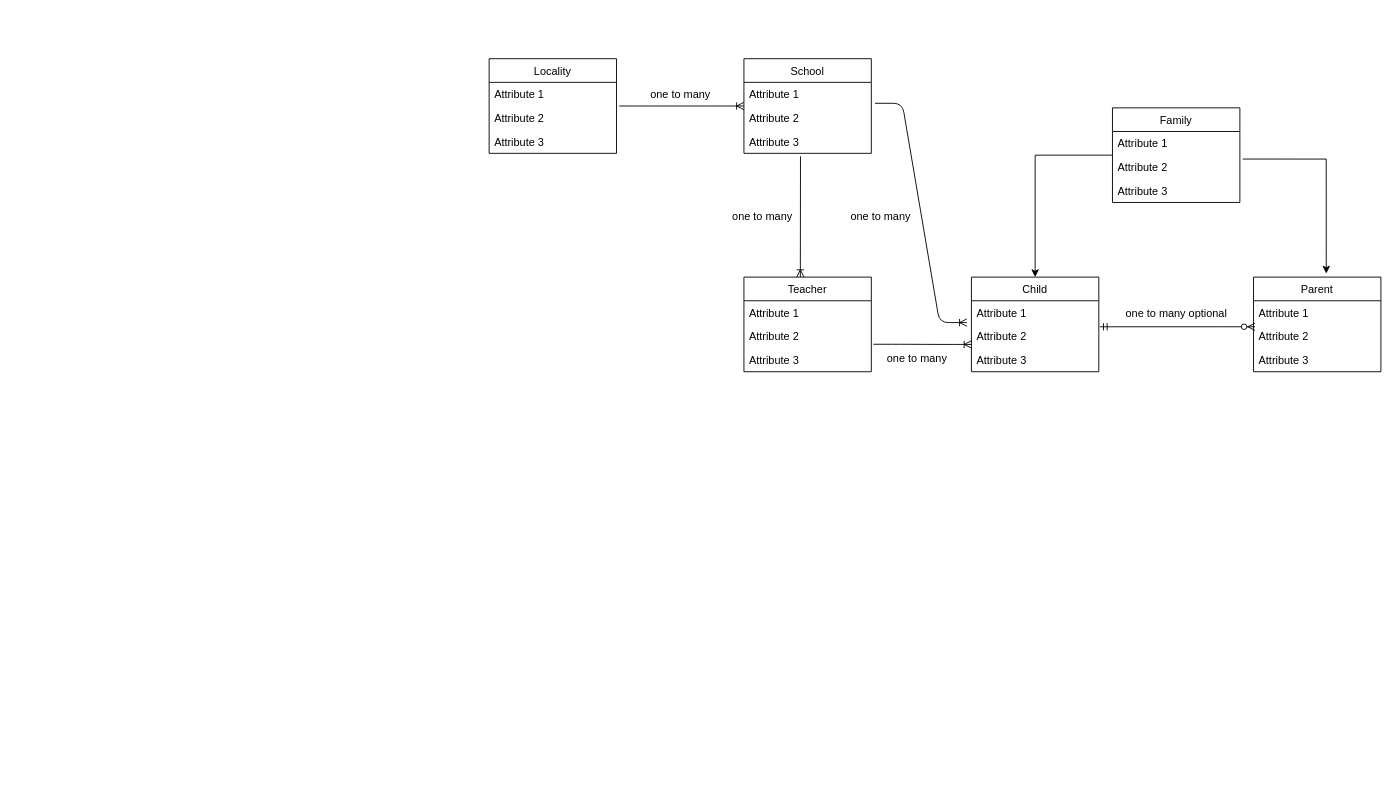
Earlier version of the draw.io diagram _assets/schema-for-data-collection.drawio (The-Data-for-Children-Collaborative/noral-tech-research). Source tidied: cells renumbered, new cells numbered last; positions are measured from the earlier drawing's top-left corner, leaving out a move shared by most shapes. Both pictures are drawn from the tidied source at 91%, with x=0, y=0 at pixel (489, 58).
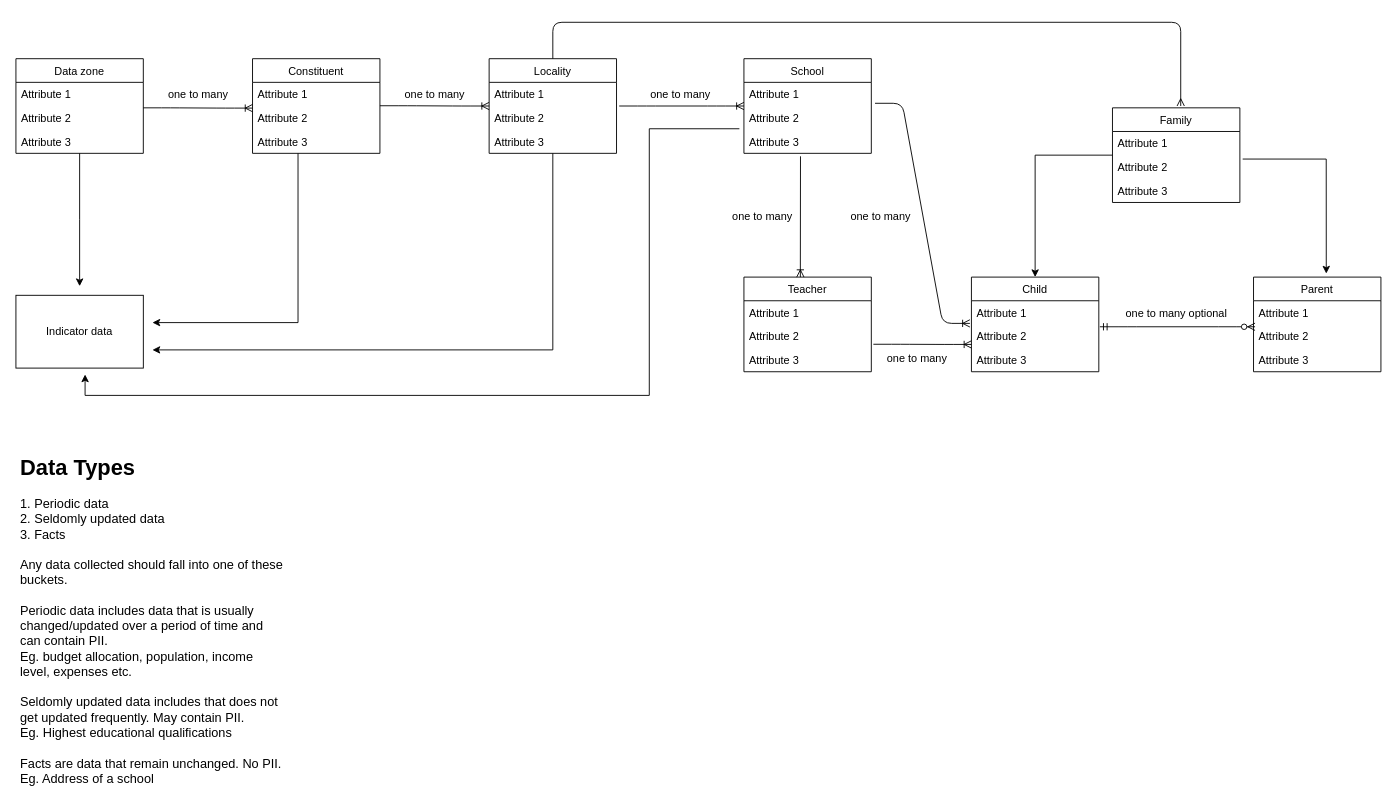
The same diagram, later.

Commit message:
updated data model

The change refers to these unchanged cells:
```xml
<mxCell id="3" value="Attribute 1" style="text;strokeColor=none;fillColor=none;align=left;verticalAlign=top;spacingLeft=4;spacingRight=4;overflow=hidden;points=[[0,0.5],[1,0.5]];portConstraint=eastwest;" parent="2" vertex="1">
  <mxGeometry y="26" width="140" height="26" as="geometry" />
</mxCell>
<mxCell id="4" value="Attribute 2" style="text;strokeColor=none;fillColor=none;align=left;verticalAlign=top;spacingLeft=4;spacingRight=4;overflow=hidden;points=[[0,0.5],[1,0.5]];portConstraint=eastwest;" parent="2" vertex="1">
  <mxGeometry y="52" width="140" height="26" as="geometry" />
</mxCell>
<mxCell id="6" value="Parent" style="swimlane;fontStyle=0;horizontal=1;startSize=26;fillColor=none;" parent="1" vertex="1">
  <mxGeometry x="840" y="240" width="140" height="104" as="geometry" />
</mxCell>
<mxCell id="12" value="Attribute 1" style="text;strokeColor=none;fillColor=none;align=left;verticalAlign=top;spacingLeft=4;spacingRight=4;overflow=hidden;points=[[0,0.5],[1,0.5]];portConstraint=eastwest;" parent="11" vertex="1">
  <mxGeometry y="26" width="140" height="26" as="geometry" />
</mxCell>
<mxCell id="16" value="Attribute 1" style="text;strokeColor=none;fillColor=none;align=left;verticalAlign=top;spacingLeft=4;spacingRight=4;overflow=hidden;points=[[0,0.5],[1,0.5]];portConstraint=eastwest;" parent="15" vertex="1">
  <mxGeometry y="26" width="140" height="26" as="geometry" />
</mxCell>
<mxCell id="19" value="Locality" style="swimlane;fontStyle=0;horizontal=1;startSize=26;fillColor=none;" parent="1" vertex="1">
  <mxGeometry width="140" height="104" as="geometry" />
</mxCell>
```

What changed in the source:
```diff
@@
+    <mxCell id="38" style="edgeStyle=elbowEdgeStyle;rounded=0;jettySize=auto;elbow=vertical;html=1;" parent="1" edge="1" source="19">
+      <mxGeometry relative="1" as="geometry">
+        <mxPoint x="-370" y="320" as="targetPoint" />
+        <Array as="points">
+          <mxPoint x="-130" y="320" />
+        </Array>
+      </mxGeometry>
+    </mxCell>
@@
-    <mxCell id="25" style="edgeStyle=entityRelationEdgeStyle;fontSize=12;html=1;endArrow=ERoneToMany;exitX=1.029;exitY=0.885;exitDx=0;exitDy=0;exitPerimeter=0;entryX=-0.036;entryY=0.923;entryDx=0;entryDy=0;entryPerimeter=0;" parent="1" edge="1" source="16" target="3">
+    <mxCell id="25" style="edgeStyle=entityRelationEdgeStyle;fontSize=12;html=1;endArrow=ERoneToMany;exitX=1.029;exitY=0.885;exitDx=0;exitDy=0;exitPerimeter=0;entryX=-0.012;entryY=-0.044;entryDx=0;entryDy=0;entryPerimeter=0;" parent="1" edge="1" source="16" target="4">
       <mxGeometry relative="1" as="geometry" />
     </mxCell>
@@
     <mxCell id="29" style="edgeStyle=orthogonalEdgeStyle;rounded=0;jettySize=auto;html=1;entryX=0.571;entryY=-0.037;entryDx=0;entryDy=0;entryPerimeter=0;exitX=1.022;exitY=1.165;exitDx=0;exitDy=0;exitPerimeter=0;" parent="1" edge="1" source="12" target="6">
-      <mxGeometry relative="1" as="geometry" />
+      <mxGeometry relative="1" as="geometry">
+        <Array as="points">
+          <mxPoint x="920" y="110" />
+        </Array>
+      </mxGeometry>
     </mxCell>
@@
+    <mxCell id="39" style="edgeStyle=elbowEdgeStyle;rounded=0;jettySize=auto;elbow=vertical;html=1;" parent="1" edge="1" source="40">
+      <mxGeometry relative="1" as="geometry">
+        <mxPoint x="-370" y="290" as="targetPoint" />
+        <Array as="points">
+          <mxPoint x="-210" y="290" />
+        </Array>
+      </mxGeometry>
+    </mxCell>
+    <mxCell id="40" value="Constituent" style="swimlane;fontStyle=0;horizontal=1;startSize=26;fillColor=none;" parent="1" vertex="1">
+      <mxGeometry x="-260" width="140" height="104" as="geometry" />
+    </mxCell>
+    <mxCell id="41" value="Attribute 1" style="text;strokeColor=none;fillColor=none;align=left;verticalAlign=top;spacingLeft=4;spacingRight=4;overflow=hidden;" parent="40" vertex="1">
+      <mxGeometry y="26" width="140" height="26" as="geometry" />
+    </mxCell>
+    <mxCell id="42" value="Attribute 2" style="text;strokeColor=none;fillColor=none;align=left;verticalAlign=top;spacingLeft=4;spacingRight=4;overflow=hidden;" parent="40" vertex="1">
+      <mxGeometry y="52" width="140" height="26" as="geometry" />
+    </mxCell>
+    <mxCell id="43" value="Attribute 3" style="text;strokeColor=none;fillColor=none;align=left;verticalAlign=top;spacingLeft=4;spacingRight=4;overflow=hidden;" parent="40" vertex="1">
+      <mxGeometry y="78" width="140" height="26" as="geometry" />
+    </mxCell>
+    <mxCell id="44" style="edgeStyle=entityRelationEdgeStyle;fontSize=12;html=1;endArrow=ERoneToMany;exitX=1.021;exitY=0;exitDx=0;exitDy=0;exitPerimeter=0;" parent="1" edge="1">
+      <mxGeometry relative="1" as="geometry">
+        <mxPoint x="-120" y="51.7" as="sourcePoint" />
+        <mxPoint y="52" as="targetPoint" />
+      </mxGeometry>
+    </mxCell>
+    <mxCell id="45" value="one to many" style="text;html=1;align=center;verticalAlign=middle;strokeColor=none;" parent="1" vertex="1">
+      <mxGeometry x="-100" y="30" width="80" height="20" as="geometry" />
+    </mxCell>
+    <mxCell id="46" style="edgeStyle=elbowEdgeStyle;fontSize=12;html=1;endArrow=ERmany;elbow=vertical;exitX=0.5;exitY=0;exitDx=0;exitDy=0;" parent="1" edge="1" source="19">
+      <mxGeometry relative="1" as="geometry">
+        <mxPoint x="760" y="52" as="targetPoint" />
+        <Array as="points">
+          <mxPoint x="430" y="-40" />
+        </Array>
+      </mxGeometry>
+    </mxCell>
+    <mxCell id="47" style="edgeStyle=elbowEdgeStyle;rounded=0;jettySize=auto;elbow=vertical;html=1;" parent="1" edge="1" source="48">
+      <mxGeometry relative="1" as="geometry">
+        <mxPoint x="-450" y="250" as="targetPoint" />
+      </mxGeometry>
+    </mxCell>
+    <mxCell id="48" value="Data zone" style="swimlane;fontStyle=0;horizontal=1;startSize=26;fillColor=none;" parent="1" vertex="1">
+      <mxGeometry x="-520" width="140" height="104" as="geometry" />
+    </mxCell>
+    <mxCell id="49" value="Attribute 1" style="text;strokeColor=none;fillColor=none;align=left;verticalAlign=top;spacingLeft=4;spacingRight=4;overflow=hidden;" parent="48" vertex="1">
+      <mxGeometry y="26" width="140" height="26" as="geometry" />
+    </mxCell>
+    <mxCell id="50" value="Attribute 2" style="text;strokeColor=none;fillColor=none;align=left;verticalAlign=top;spacingLeft=4;spacingRight=4;overflow=hidden;" parent="48" vertex="1">
+      <mxGeometry y="52" width="140" height="26" as="geometry" />
+    </mxCell>
+    <mxCell id="51" value="Attribute 3" style="text;strokeColor=none;fillColor=none;align=left;verticalAlign=top;spacingLeft=4;spacingRight=4;overflow=hidden;" parent="48" vertex="1">
+      <mxGeometry y="78" width="140" height="26" as="geometry" />
+    </mxCell>
+    <mxCell id="52" value="one to many" style="text;html=1;align=center;verticalAlign=middle;strokeColor=none;" parent="1" vertex="1">
+      <mxGeometry x="-360" y="30" width="80" height="20" as="geometry" />
+    </mxCell>
+    <mxCell id="53" style="edgeStyle=entityRelationEdgeStyle;fontSize=12;html=1;endArrow=ERoneToMany;exitX=1.021;exitY=0;exitDx=0;exitDy=0;exitPerimeter=0;" parent="1" edge="1">
+      <mxGeometry relative="1" as="geometry">
+        <mxPoint x="-380" y="54" as="sourcePoint" />
+        <mxPoint x="-260" y="54.3" as="targetPoint" />
+      </mxGeometry>
+    </mxCell>
+    <mxCell id="54" value="Indicator data" style="rounded=0;whiteSpace=wrap;html=1;" parent="1" vertex="1">
+      <mxGeometry x="-520" y="260" width="140" height="80" as="geometry" />
+    </mxCell>
+    <mxCell id="55" style="edgeStyle=orthogonalEdgeStyle;rounded=0;orthogonalLoop=1;jettySize=auto;html=1;" parent="1" edge="1">
+      <mxGeometry relative="1" as="geometry">
+        <mxPoint x="275" y="77" as="sourcePoint" />
+        <mxPoint x="-444" y="347" as="targetPoint" />
+        <Array as="points">
+          <mxPoint x="176" y="77" />
+          <mxPoint x="176" y="370" />
+          <mxPoint x="-444" y="370" />
+        </Array>
+      </mxGeometry>
+    </mxCell>
+    <mxCell id="56" value="&lt;p style=&quot;line-height: 120%&quot;&gt;&lt;/p&gt;&lt;h1&gt;Data Types&lt;/h1&gt;&lt;div style=&quot;font-size: 14px&quot;&gt;&lt;font style=&quot;font-size: 14px&quot;&gt;1. Periodic data&lt;/font&gt;&lt;/div&gt;&lt;div style=&quot;font-size: 14px&quot;&gt;&lt;font style=&quot;font-size: 14px&quot;&gt;2. Seldomly updated data&lt;/font&gt;&lt;/div&gt;&lt;div style=&quot;font-size: 14px&quot;&gt;&lt;font style=&quot;font-size: 14px&quot;&gt;3. Facts&lt;/font&gt;&lt;/div&gt;&lt;div style=&quot;font-size: 14px&quot;&gt;&lt;font style=&quot;font-size: 14px&quot;&gt;&lt;br&gt;&lt;/font&gt;&lt;/div&gt;&lt;div style=&quot;font-size: 14px&quot;&gt;Any data collected should fall into one of these buckets.&lt;/div&gt;&lt;div style=&quot;font-size: 14px&quot;&gt;&lt;br&gt;&lt;/div&gt;&lt;div style=&quot;font-size: 14px&quot;&gt;Periodic data includes data that is usually changed/updated over a period of time and can contain PII.&lt;/div&gt;&lt;div style=&quot;font-size: 14px&quot;&gt;Eg. budget allocation, population, income level, expenses etc.&lt;/div&gt;&lt;div style=&quot;font-size: 14px&quot;&gt;&lt;br&gt;&lt;/div&gt;&lt;div style=&quot;font-size: 14px&quot;&gt;Seldomly updated data includes that does not get updated frequently. May contain PII.&lt;/div&gt;&lt;div style=&quot;font-size: 14px&quot;&gt;Eg. Highest educational qualifications&lt;/div&gt;&lt;div style=&quot;font-size: 14px&quot;&gt;&lt;br&gt;&lt;/div&gt;&lt;div style=&quot;font-size: 14px&quot;&gt;Facts are data that remain unchanged. No PII.&lt;/div&gt;&lt;div style=&quot;font-size: 14px&quot;&gt;Eg. Address of a school&lt;/div&gt;&lt;p&gt;&lt;/p&gt;" style="text;html=1;strokeColor=none;fillColor=none;spacing=5;spacingTop=-20;whiteSpace=wrap;overflow=hidden;rounded=0;" parent="1" vertex="1">
+      <mxGeometry x="-520" y="430" width="300" height="370" as="geometry" />
+    </mxCell>
```
